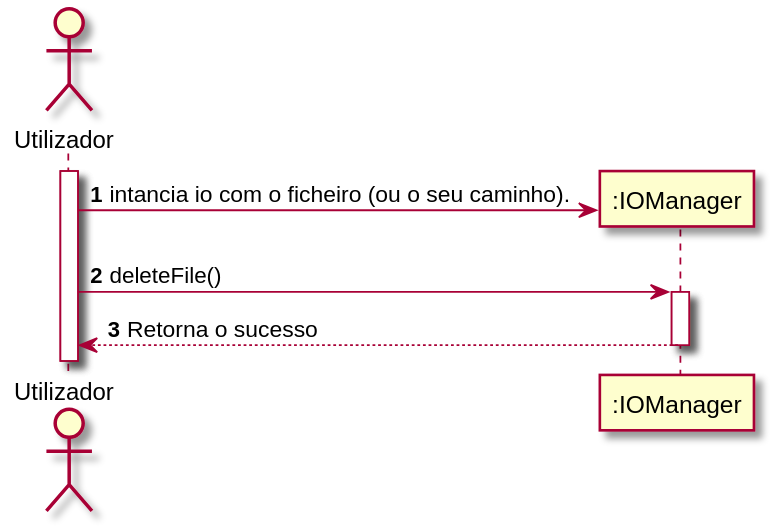
Before: docs/UC3_SSD.svg, a diagram exported from PlantUML (Barbatos-Rex/IOLib). Source of this version:
```plantuml
@startuml

actor Utilizador as u

participant ":IOManager" as io


autonumber
activate u
u->io**: intancia io com o ficheiro (ou o seu caminho).
u->io: deleteFile()
activate io
io --> u : Retorna o sucesso
deactivate

@enduml
```
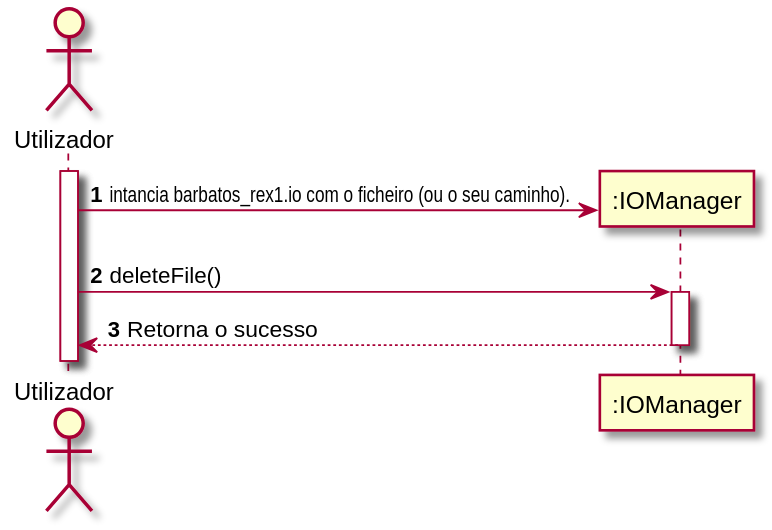
After the commit.

Change to the diagram source:
```diff
@@ -2,15 +2,15 @@
 
 actor Utilizador as u
 
-participant ":IOManager" as io
+participant ":IOManager" as barbatos_rex1.io
 
 
 autonumber
 activate u
-u->io**: intancia io com o ficheiro (ou o seu caminho).
-u->io: deleteFile()
-activate io
-io --> u : Retorna o sucesso
+u->barbatos_rex1.io**: intancia barbatos_rex1.io com o ficheiro (ou o seu caminho).
+u->barbatos_rex1.io: deleteFile()
+activate barbatos_rex1.io
+barbatos_rex1.io --> u : Retorna o sucesso
 deactivate
 
 @enduml
```
